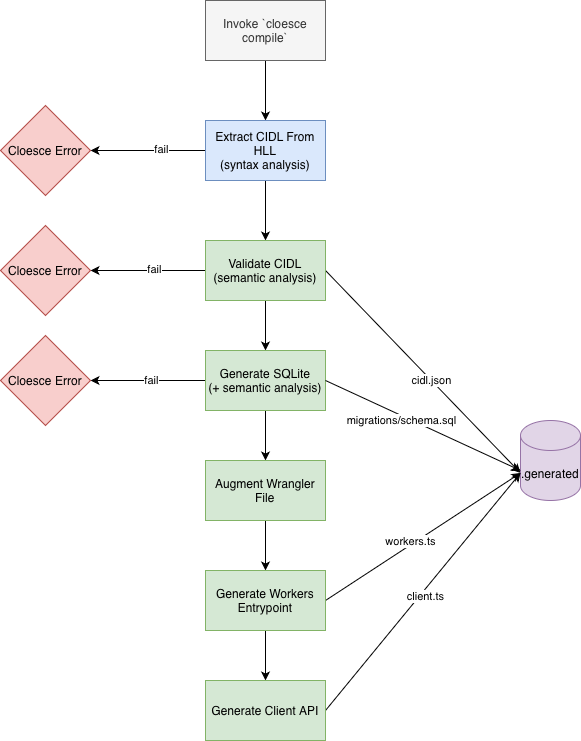
Earlier version of the draw.io export mkdocs/docs/assets/Cloesce Compilation Stages.drawio.png (bens-schreiber/cloesce). Source tidied: cells renumbered, new cells last; positions are measured from the earlier drawing's top-left corner, leaving out a move shared by most shapes. The source it was exported from:
```xml
<mxGraphModel>
  <root>
    <mxCell id="0" />
    <mxCell id="1" parent="0" />
    <mxCell id="2" style="edgeStyle=orthogonalEdgeStyle;rounded=0;jettySize=auto;html=1;entryX=0.5;entryY=0;entryDx=0;entryDy=0;" parent="1" edge="1" source="3" target="7">
      <mxGeometry relative="1" as="geometry" />
    </mxCell>
    <mxCell id="3" value="Invoke `cloesce compile`" style="rounded=0;whiteSpace=wrap;html=1;fillColor=#f5f5f5;fontColor=#333333;strokeColor=#666666;" parent="1" vertex="1">
      <mxGeometry x="205" width="120" height="60" as="geometry" />
    </mxCell>
    <mxCell id="4" style="edgeStyle=orthogonalEdgeStyle;rounded=0;jettySize=auto;html=1;entryX=0.5;entryY=0;entryDx=0;entryDy=0;" parent="1" edge="1" source="7" target="13">
      <mxGeometry relative="1" as="geometry" />
    </mxCell>
    <mxCell id="5" style="edgeStyle=none;rounded=0;jettySize=auto;html=1;entryX=1;entryY=0.5;entryDx=0;entryDy=0;" parent="1" edge="1" source="7" target="32">
      <mxGeometry relative="1" as="geometry" />
    </mxCell>
    <mxCell id="6" value="fail" style="edgeLabel;html=1;align=center;verticalAlign=middle;" parent="5" vertex="1">
      <mxGeometry x="-0.22" y="-2" relative="1" as="geometry" />
    </mxCell>
    <mxCell id="7" value="Extract CIDL From HLL&lt;div&gt;(syntax analysis)&lt;/div&gt;" style="rounded=0;whiteSpace=wrap;html=1;fillColor=#dae8fc;strokeColor=#6c8ebf;" parent="1" vertex="1">
      <mxGeometry x="205" y="120" width="120" height="60" as="geometry" />
    </mxCell>
    <mxCell id="8" style="edgeStyle=none;rounded=0;jettySize=auto;html=1;entryX=0.5;entryY=0;entryDx=0;entryDy=0;" parent="1" edge="1" source="13" target="17">
      <mxGeometry relative="1" as="geometry" />
    </mxCell>
    <mxCell id="9" style="edgeStyle=none;rounded=0;jettySize=auto;html=1;exitX=1;exitY=0.5;exitDx=0;exitDy=0;entryX=0;entryY=0;entryDx=0;entryDy=52.5;entryPerimeter=0;" parent="1" edge="1" source="13" target="18">
      <mxGeometry relative="1" as="geometry" />
    </mxCell>
    <mxCell id="10" value="cidl.json" style="edgeLabel;html=1;align=center;verticalAlign=middle;" parent="9" vertex="1">
      <mxGeometry x="0.21" y="-4" relative="1" as="geometry">
        <mxPoint x="-10" y="-16" as="offset" />
      </mxGeometry>
    </mxCell>
    <mxCell id="11" style="edgeStyle=none;rounded=0;jettySize=auto;html=1;entryX=1;entryY=0.5;entryDx=0;entryDy=0;" parent="1" edge="1" source="13" target="30">
      <mxGeometry relative="1" as="geometry" />
    </mxCell>
    <mxCell id="12" value="fail" style="edgeLabel;html=1;align=center;verticalAlign=middle;" parent="11" vertex="1">
      <mxGeometry x="-0.09" y="-2" relative="1" as="geometry" />
    </mxCell>
    <mxCell id="13" value="Validate CIDL&lt;div&gt;(semantic analysis)&lt;/div&gt;" style="rounded=0;whiteSpace=wrap;html=1;fillColor=#d5e8d4;strokeColor=#82b366;" parent="1" vertex="1">
      <mxGeometry x="205" y="240" width="120" height="60" as="geometry" />
    </mxCell>
    <mxCell id="14" style="edgeStyle=none;rounded=0;jettySize=auto;html=1;entryX=0.5;entryY=0;entryDx=0;entryDy=0;" parent="1" edge="1" source="17" target="22">
      <mxGeometry relative="1" as="geometry" />
    </mxCell>
    <mxCell id="15" style="edgeStyle=none;rounded=0;jettySize=auto;html=1;entryX=1;entryY=0.5;entryDx=0;entryDy=0;" parent="1" edge="1" source="17" target="31">
      <mxGeometry relative="1" as="geometry" />
    </mxCell>
    <mxCell id="16" value="fail" style="edgeLabel;html=1;align=center;verticalAlign=middle;" parent="15" vertex="1">
      <mxGeometry x="-0.05" y="-1" relative="1" as="geometry" />
    </mxCell>
    <mxCell id="17" value="Generate SQLite&lt;div&gt;(+ semantic analysis)&lt;/div&gt;" style="rounded=0;whiteSpace=wrap;html=1;fillColor=#d5e8d4;strokeColor=#82b366;" parent="1" vertex="1">
      <mxGeometry x="205" y="350" width="120" height="60" as="geometry" />
    </mxCell>
    <mxCell id="18" value=".generated" style="shape=cylinder3;whiteSpace=wrap;html=1;boundedLbl=1;backgroundOutline=1;size=15;fillColor=#e1d5e7;strokeColor=#9673a6;" parent="1" vertex="1">
      <mxGeometry x="520" y="420" width="60" height="80" as="geometry" />
    </mxCell>
    <mxCell id="19" style="edgeStyle=none;rounded=0;jettySize=auto;html=1;exitX=1;exitY=0.5;exitDx=0;exitDy=0;" parent="1" edge="1" source="17">
      <mxGeometry relative="1" as="geometry">
        <mxPoint x="520" y="470" as="targetPoint" />
      </mxGeometry>
    </mxCell>
    <mxCell id="20" value="migrations/schema.sql" style="edgeLabel;html=1;align=center;verticalAlign=middle;" parent="19" vertex="1">
      <mxGeometry x="0.05" y="-5" relative="1" as="geometry">
        <mxPoint x="-25" y="-12" as="offset" />
      </mxGeometry>
    </mxCell>
    <mxCell id="21" style="edgeStyle=none;rounded=0;jettySize=auto;html=1;entryX=0.5;entryY=0;entryDx=0;entryDy=0;" parent="1" edge="1" source="22" target="26">
      <mxGeometry relative="1" as="geometry" />
    </mxCell>
    <mxCell id="22" value="Augment Wrangler File" style="rounded=0;whiteSpace=wrap;html=1;fillColor=#d5e8d4;strokeColor=#82b366;" parent="1" vertex="1">
      <mxGeometry x="205" y="460" width="120" height="60" as="geometry" />
    </mxCell>
    <mxCell id="23" style="edgeStyle=none;rounded=0;jettySize=auto;html=1;exitX=1;exitY=0.5;exitDx=0;exitDy=0;entryX=0;entryY=0;entryDx=0;entryDy=52.5;entryPerimeter=0;" parent="1" edge="1" source="26" target="18">
      <mxGeometry relative="1" as="geometry" />
    </mxCell>
    <mxCell id="24" value="workers.ts" style="edgeLabel;html=1;align=center;verticalAlign=middle;" parent="23" vertex="1">
      <mxGeometry x="-0.01" y="-4" relative="1" as="geometry">
        <mxPoint x="-14" as="offset" />
      </mxGeometry>
    </mxCell>
    <mxCell id="25" style="edgeStyle=none;rounded=0;jettySize=auto;html=1;entryX=0.5;entryY=0;entryDx=0;entryDy=0;" parent="1" edge="1" source="26" target="29">
      <mxGeometry relative="1" as="geometry" />
    </mxCell>
    <mxCell id="26" value="Generate Workers Entrypoint" style="rounded=0;whiteSpace=wrap;html=1;fillColor=#d5e8d4;strokeColor=#82b366;" parent="1" vertex="1">
      <mxGeometry x="205" y="570" width="120" height="60" as="geometry" />
    </mxCell>
    <mxCell id="27" style="edgeStyle=none;rounded=0;jettySize=auto;html=1;exitX=1;exitY=0.5;exitDx=0;exitDy=0;entryX=0;entryY=0;entryDx=0;entryDy=52.5;entryPerimeter=0;" parent="1" edge="1" source="29" target="18">
      <mxGeometry relative="1" as="geometry" />
    </mxCell>
    <mxCell id="28" value="client.ts" style="edgeLabel;html=1;align=center;verticalAlign=middle;" parent="27" vertex="1">
      <mxGeometry x="-0.01" y="-4" relative="1" as="geometry" />
    </mxCell>
    <mxCell id="29" value="Generate Client API" style="rounded=0;whiteSpace=wrap;html=1;fillColor=#d5e8d4;strokeColor=#82b366;" parent="1" vertex="1">
      <mxGeometry x="205" y="680" width="120" height="60" as="geometry" />
    </mxCell>
    <mxCell id="30" value="Cloesce Error" style="rhombus;whiteSpace=wrap;html=1;fillColor=#f8cecc;strokeColor=#b85450;" parent="1" vertex="1">
      <mxGeometry y="225" width="90" height="90" as="geometry" />
    </mxCell>
    <mxCell id="31" value="Cloesce Error" style="rhombus;whiteSpace=wrap;html=1;fillColor=#f8cecc;strokeColor=#b85450;" parent="1" vertex="1">
      <mxGeometry y="335" width="90" height="90" as="geometry" />
    </mxCell>
    <mxCell id="32" value="Cloesce Error" style="rhombus;whiteSpace=wrap;html=1;fillColor=#f8cecc;strokeColor=#b85450;" parent="1" vertex="1">
      <mxGeometry y="105" width="90" height="90" as="geometry" />
    </mxCell>
  </root>
</mxGraphModel>
```
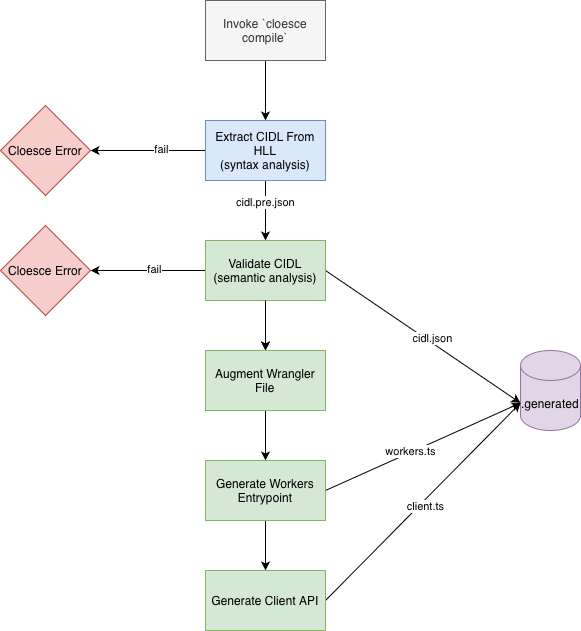
The same diagram one commit later.

Change to the diagram source:
```diff
@@ -11,6 +11,9 @@
     <mxCell id="4" style="edgeStyle=orthogonalEdgeStyle;rounded=0;jettySize=auto;html=1;entryX=0.5;entryY=0;entryDx=0;entryDy=0;" parent="1" edge="1" source="7" target="13">
       <mxGeometry relative="1" as="geometry" />
     </mxCell>
+    <mxCell id="33" value="cidl.pre.json" style="edgeLabel;html=1;align=center;verticalAlign=middle;" parent="4" vertex="1">
+      <mxGeometry x="-0.3" y="-1" relative="1" as="geometry" />
+    </mxCell>
     <mxCell id="5" style="edgeStyle=none;rounded=0;jettySize=auto;html=1;entryX=1;entryY=0.5;entryDx=0;entryDy=0;" parent="1" edge="1" source="7" target="32">
       <mxGeometry relative="1" as="geometry" />
     </mxCell>
@@ -20,8 +23,10 @@
     <mxCell id="7" value="Extract CIDL From HLL&lt;div&gt;(syntax analysis)&lt;/div&gt;" style="rounded=0;whiteSpace=wrap;html=1;fillColor=#dae8fc;strokeColor=#6c8ebf;" parent="1" vertex="1">
       <mxGeometry x="205" y="120" width="120" height="60" as="geometry" />
     </mxCell>
-    <mxCell id="8" style="edgeStyle=none;rounded=0;jettySize=auto;html=1;entryX=0.5;entryY=0;entryDx=0;entryDy=0;" parent="1" edge="1" source="13" target="17">
-      <mxGeometry relative="1" as="geometry" />
+    <mxCell id="8" style="edgeStyle=none;rounded=0;jettySize=auto;html=1;entryX=0.5;entryY=0;entryDx=0;entryDy=0;" parent="1" edge="1" source="13">
+      <mxGeometry relative="1" as="geometry">
+        <mxPoint x="265" y="350" as="targetPoint" />
+      </mxGeometry>
     </mxCell>
     <mxCell id="9" style="edgeStyle=none;rounded=0;jettySize=auto;html=1;exitX=1;exitY=0.5;exitDx=0;exitDy=0;entryX=0;entryY=0;entryDx=0;entryDy=52.5;entryPerimeter=0;" parent="1" edge="1" source="13" target="18">
       <mxGeometry relative="1" as="geometry" />
@@ -40,36 +45,19 @@
     <mxCell id="13" value="Validate CIDL&lt;div&gt;(semantic analysis)&lt;/div&gt;" style="rounded=0;whiteSpace=wrap;html=1;fillColor=#d5e8d4;strokeColor=#82b366;" parent="1" vertex="1">
       <mxGeometry x="205" y="240" width="120" height="60" as="geometry" />
     </mxCell>
-    <mxCell id="14" style="edgeStyle=none;rounded=0;jettySize=auto;html=1;entryX=0.5;entryY=0;entryDx=0;entryDy=0;" parent="1" edge="1" source="17" target="22">
-      <mxGeometry relative="1" as="geometry" />
+    <mxCell id="14" style="edgeStyle=none;rounded=0;jettySize=auto;html=1;entryX=0.5;entryY=0;entryDx=0;entryDy=0;" parent="1" edge="1" target="22">
+      <mxGeometry relative="1" as="geometry">
+        <mxPoint x="265" y="300" as="sourcePoint" />
+      </mxGeometry>
     </mxCell>
-    <mxCell id="15" style="edgeStyle=none;rounded=0;jettySize=auto;html=1;entryX=1;entryY=0.5;entryDx=0;entryDy=0;" parent="1" edge="1" source="17" target="31">
-      <mxGeometry relative="1" as="geometry" />
-    </mxCell>
-    <mxCell id="16" value="fail" style="edgeLabel;html=1;align=center;verticalAlign=middle;" parent="15" vertex="1">
-      <mxGeometry x="-0.05" y="-1" relative="1" as="geometry" />
-    </mxCell>
-    <mxCell id="17" value="Generate SQLite&lt;div&gt;(+ semantic analysis)&lt;/div&gt;" style="rounded=0;whiteSpace=wrap;html=1;fillColor=#d5e8d4;strokeColor=#82b366;" parent="1" vertex="1">
-      <mxGeometry x="205" y="350" width="120" height="60" as="geometry" />
-    </mxCell>
     <mxCell id="18" value=".generated" style="shape=cylinder3;whiteSpace=wrap;html=1;boundedLbl=1;backgroundOutline=1;size=15;fillColor=#e1d5e7;strokeColor=#9673a6;" parent="1" vertex="1">
-      <mxGeometry x="520" y="420" width="60" height="80" as="geometry" />
+      <mxGeometry x="520" y="350" width="60" height="80" as="geometry" />
     </mxCell>
-    <mxCell id="19" style="edgeStyle=none;rounded=0;jettySize=auto;html=1;exitX=1;exitY=0.5;exitDx=0;exitDy=0;" parent="1" edge="1" source="17">
-      <mxGeometry relative="1" as="geometry">
-        <mxPoint x="520" y="470" as="targetPoint" />
-      </mxGeometry>
-    </mxCell>
-    <mxCell id="20" value="migrations/schema.sql" style="edgeLabel;html=1;align=center;verticalAlign=middle;" parent="19" vertex="1">
-      <mxGeometry x="0.05" y="-5" relative="1" as="geometry">
-        <mxPoint x="-25" y="-12" as="offset" />
-      </mxGeometry>
-    </mxCell>
     <mxCell id="21" style="edgeStyle=none;rounded=0;jettySize=auto;html=1;entryX=0.5;entryY=0;entryDx=0;entryDy=0;" parent="1" edge="1" source="22" target="26">
       <mxGeometry relative="1" as="geometry" />
     </mxCell>
     <mxCell id="22" value="Augment Wrangler File" style="rounded=0;whiteSpace=wrap;html=1;fillColor=#d5e8d4;strokeColor=#82b366;" parent="1" vertex="1">
-      <mxGeometry x="205" y="460" width="120" height="60" as="geometry" />
+      <mxGeometry x="205" y="350" width="120" height="60" as="geometry" />
     </mxCell>
     <mxCell id="23" style="edgeStyle=none;rounded=0;jettySize=auto;html=1;exitX=1;exitY=0.5;exitDx=0;exitDy=0;entryX=0;entryY=0;entryDx=0;entryDy=52.5;entryPerimeter=0;" parent="1" edge="1" source="26" target="18">
       <mxGeometry relative="1" as="geometry" />
@@ -83,7 +71,7 @@
       <mxGeometry relative="1" as="geometry" />
     </mxCell>
     <mxCell id="26" value="Generate Workers Entrypoint" style="rounded=0;whiteSpace=wrap;html=1;fillColor=#d5e8d4;strokeColor=#82b366;" parent="1" vertex="1">
-      <mxGeometry x="205" y="570" width="120" height="60" as="geometry" />
+      <mxGeometry x="205" y="460" width="120" height="60" as="geometry" />
     </mxCell>
     <mxCell id="27" style="edgeStyle=none;rounded=0;jettySize=auto;html=1;exitX=1;exitY=0.5;exitDx=0;exitDy=0;entryX=0;entryY=0;entryDx=0;entryDy=52.5;entryPerimeter=0;" parent="1" edge="1" source="29" target="18">
       <mxGeometry relative="1" as="geometry" />
@@ -92,14 +80,11 @@
       <mxGeometry x="-0.01" y="-4" relative="1" as="geometry" />
     </mxCell>
     <mxCell id="29" value="Generate Client API" style="rounded=0;whiteSpace=wrap;html=1;fillColor=#d5e8d4;strokeColor=#82b366;" parent="1" vertex="1">
-      <mxGeometry x="205" y="680" width="120" height="60" as="geometry" />
+      <mxGeometry x="205" y="570" width="120" height="60" as="geometry" />
     </mxCell>
     <mxCell id="30" value="Cloesce Error" style="rhombus;whiteSpace=wrap;html=1;fillColor=#f8cecc;strokeColor=#b85450;" parent="1" vertex="1">
       <mxGeometry y="225" width="90" height="90" as="geometry" />
     </mxCell>
-    <mxCell id="31" value="Cloesce Error" style="rhombus;whiteSpace=wrap;html=1;fillColor=#f8cecc;strokeColor=#b85450;" parent="1" vertex="1">
-      <mxGeometry y="335" width="90" height="90" as="geometry" />
-    </mxCell>
     <mxCell id="32" value="Cloesce Error" style="rhombus;whiteSpace=wrap;html=1;fillColor=#f8cecc;strokeColor=#b85450;" parent="1" vertex="1">
       <mxGeometry y="105" width="90" height="90" as="geometry" />
     </mxCell>
```
